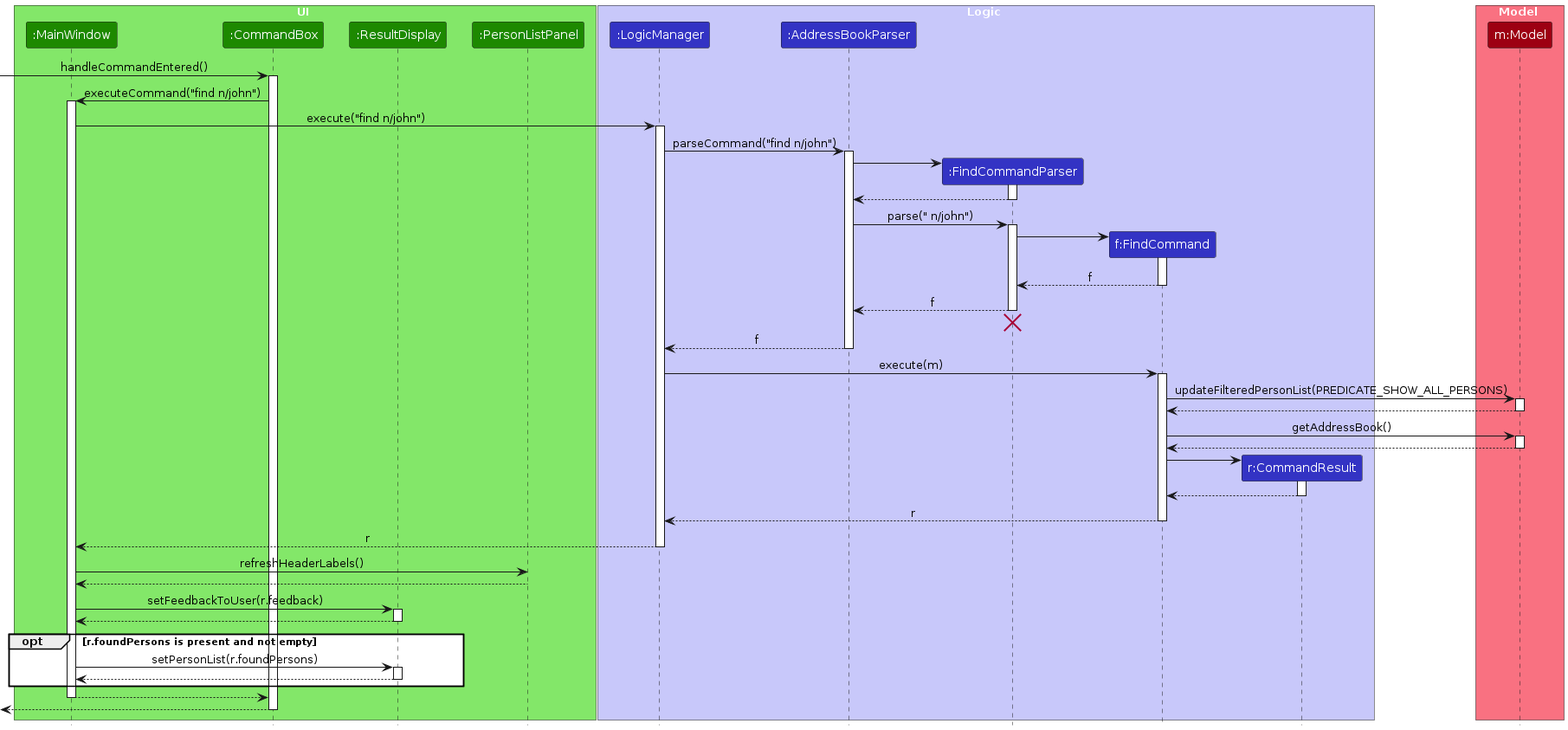
Above: diagrams/UiFindSequenceDiagram.png in AY2526S2-CS2103T-T15-3/tp (PlantUML), before the change. Its source is kept beside it as diagrams/UiFindSequenceDiagram.puml.
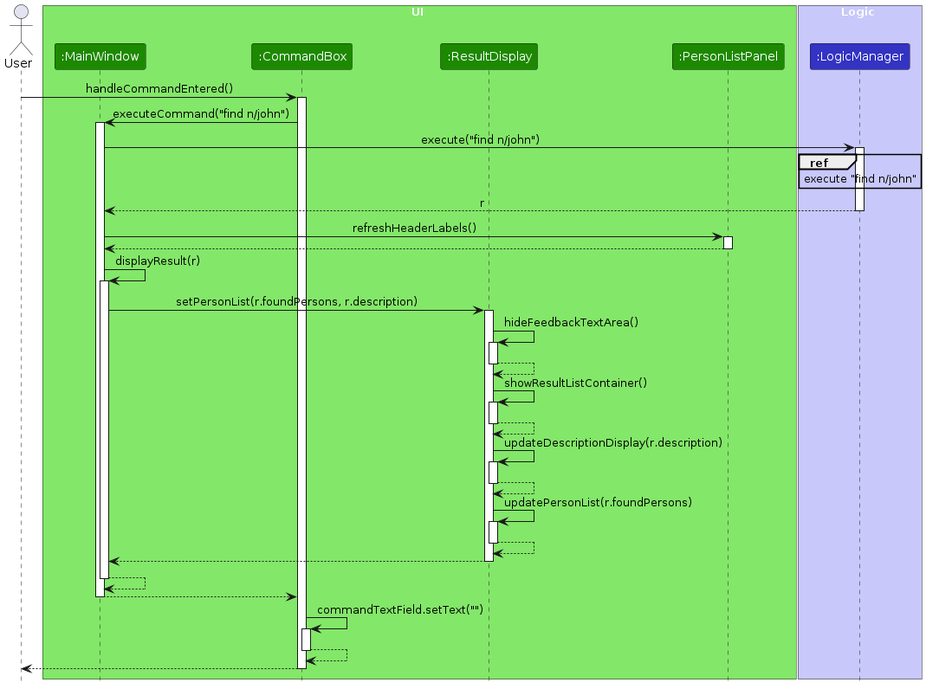
Later version of the same file.

The edit, as a diff of the source:
```diff
@@ -1,6 +1,7 @@
 @startuml
 !include style.puml
 skinparam ArrowFontStyle plain
+actor User
 
 box UI UI_COLOR_T1
 participant ":MainWindow" as MainWindow UI_COLOR
@@ -11,17 +12,9 @@
 
 box Logic LOGIC_COLOR_T1
 participant ":LogicManager" as LogicManager LOGIC_COLOR
-participant ":AddressBookParser" as AddressBookParser LOGIC_COLOR
-participant ":FindCommandParser" as FindCommandParser LOGIC_COLOR
-participant "f:FindCommand" as FindCommand LOGIC_COLOR
-participant "r:CommandResult" as CommandResult LOGIC_COLOR
 end box
 
-box Model MODEL_COLOR_T1
-participant "m:Model" as Model MODEL_COLOR
-end box
-
-[-> CommandBox : handleCommandEntered()
+User -> CommandBox : handleCommandEntered()
 activate CommandBox
 
 CommandBox -> MainWindow : executeCommand("find n/john")
@@ -30,80 +23,56 @@
 MainWindow -> LogicManager : execute("find n/john")
 activate LogicManager
 
-LogicManager -> AddressBookParser : parseCommand("find n/john")
-activate AddressBookParser
-
-create FindCommandParser
-AddressBookParser -> FindCommandParser
-activate FindCommandParser
-
-FindCommandParser --> AddressBookParser
-deactivate FindCommandParser
-
-AddressBookParser -> FindCommandParser : parse(" n/john")
-activate FindCommandParser
-
-create FindCommand
-FindCommandParser -> FindCommand
-activate FindCommand
-
-FindCommand --> FindCommandParser : f
-deactivate FindCommand
-
-FindCommandParser --> AddressBookParser : f
-deactivate FindCommandParser
-FindCommandParser -[hidden]-> AddressBookParser
-destroy FindCommandParser
-
-AddressBookParser --> LogicManager : f
-deactivate AddressBookParser
-
-LogicManager -> FindCommand : execute(m)
-activate FindCommand
-
-FindCommand -> Model : updateFilteredPersonList(PREDICATE_SHOW_ALL_PERSONS)
-activate Model
-
-Model --> FindCommand
-deactivate Model
-
-FindCommand -> Model : getAddressBook()
-activate Model
-
-Model --> FindCommand
-deactivate Model
-
-create CommandResult
-FindCommand -> CommandResult
-activate CommandResult
-
-CommandResult --> FindCommand
-deactivate CommandResult
-
-FindCommand --> LogicManager : r
-deactivate FindCommand
+ref over LogicManager : execute "find n/john"
 
 LogicManager --> MainWindow : r
 deactivate LogicManager
 
 MainWindow -> PersonListPanel : refreshHeaderLabels()
+activate PersonListPanel
 PersonListPanel --> MainWindow
+deactivate PersonListPanel
 
-MainWindow -> ResultDisplay : setFeedbackToUser(r.feedback)
+MainWindow -> MainWindow : displayResult(r)
+activate MainWindow
+
+MainWindow -> ResultDisplay : setPersonList(r.foundPersons, r.description)
 activate ResultDisplay
+
+ResultDisplay -> ResultDisplay : hideFeedbackTextArea()
+activate ResultDisplay
+ResultDisplay --> ResultDisplay
+deactivate ResultDisplay
+
+ResultDisplay -> ResultDisplay : showResultListContainer()
+activate ResultDisplay
+ResultDisplay --> ResultDisplay
+deactivate ResultDisplay
+
+ResultDisplay -> ResultDisplay : updateDescriptionDisplay(r.description)
+activate ResultDisplay
+ResultDisplay --> ResultDisplay
+deactivate ResultDisplay
+
+ResultDisplay -> ResultDisplay : updatePersonList(r.foundPersons)
+activate ResultDisplay
+ResultDisplay --> ResultDisplay
+deactivate ResultDisplay
+
 ResultDisplay --> MainWindow
 deactivate ResultDisplay
 
-opt r.foundPersons is present and not empty
-    MainWindow -> ResultDisplay : setPersonList(r.foundPersons)
-    activate ResultDisplay
-    ResultDisplay --> MainWindow
-    deactivate ResultDisplay
-end
+MainWindow --> MainWindow
+deactivate MainWindow
 
 MainWindow --> CommandBox
 deactivate MainWindow
 
-[<-- CommandBox
+CommandBox -> CommandBox : commandTextField.setText("")
+activate CommandBox
+CommandBox --> CommandBox
+deactivate CommandBox
+
+User <-- CommandBox
 deactivate CommandBox
 @enduml
```
